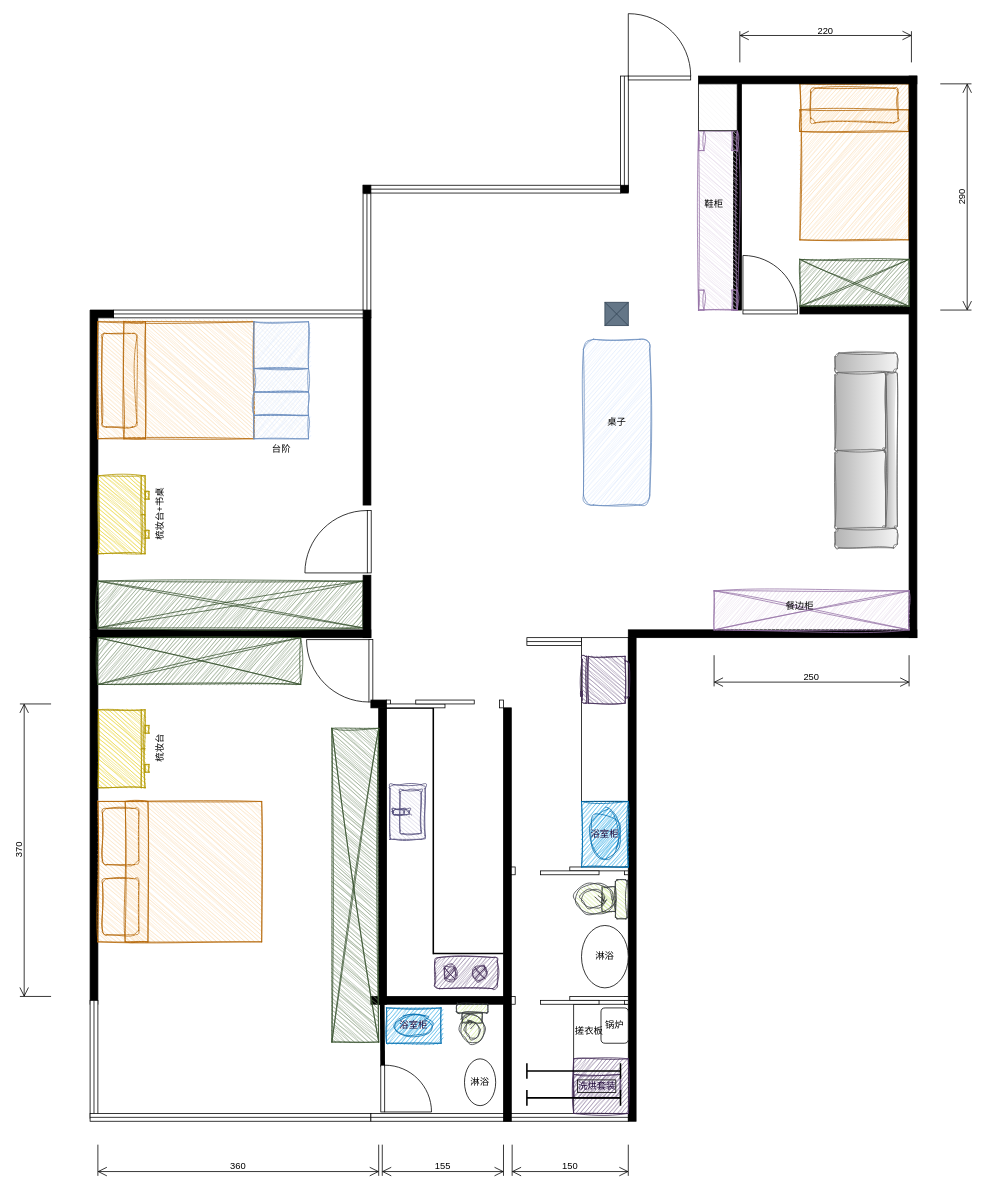
This is home-design.drawio from mikigo/metadata-drawio, a draw.io file, before an edit. Source tidied: cells renumbered, new cells numbered last; positions are measured from the earlier drawing's top-left corner, leaving out a move shared by most shapes. Both pictures are drawn from the tidied source at 78%, with x=0, y=0 at pixel (20, 13).
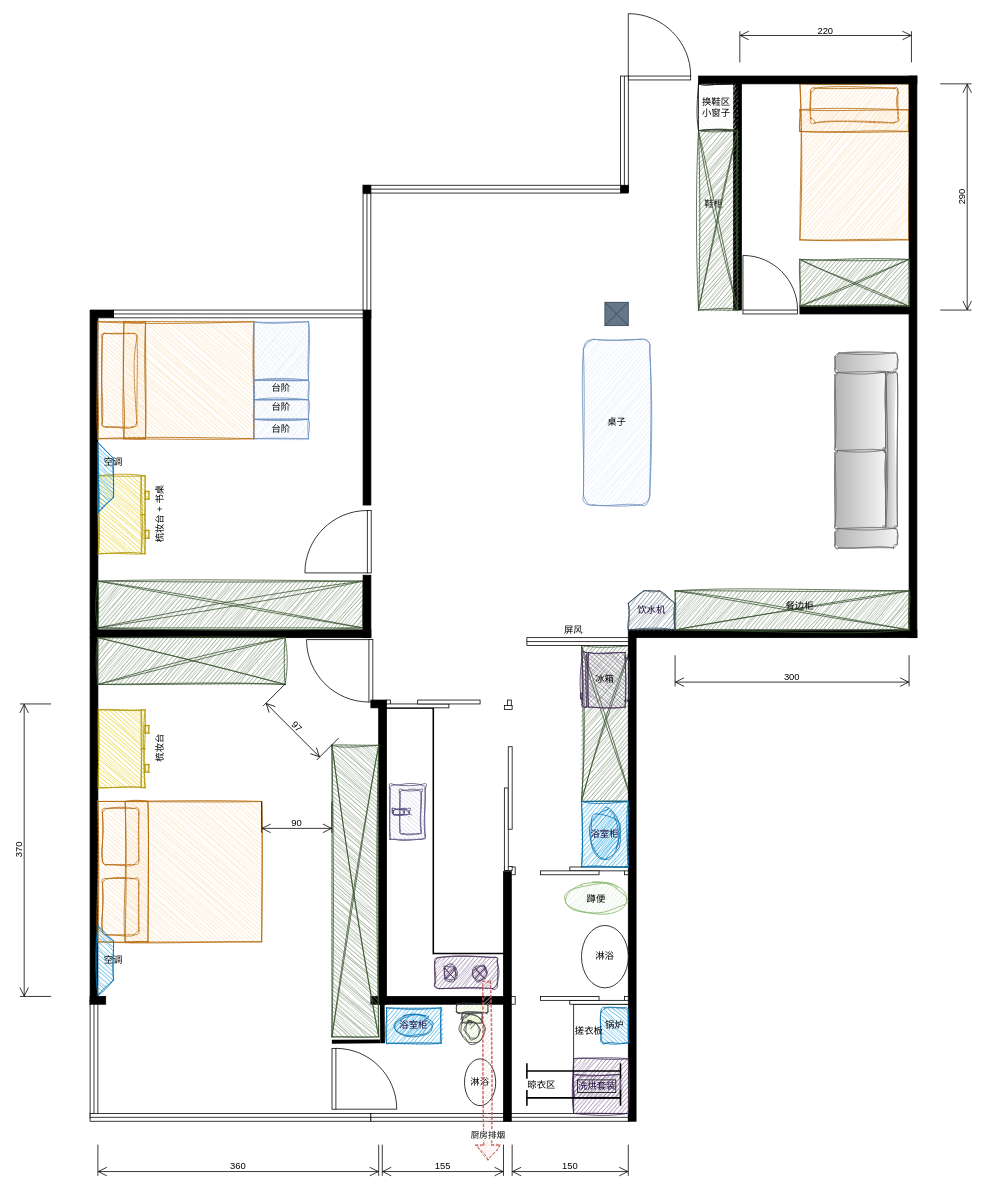
Above is the later version.

Change to the diagram source:
```diff
@@
+    <mxCell id="89" style="verticalLabelPosition=bottom;html=1;verticalAlign=top;align=center;shape=mxgraph.floorplan.elevator;fillColor=#6d8764;fontColor=#ffffff;strokeColor=#3A5431;sketch=1;curveFitting=1;jiggle=2;" parent="1" vertex="1">
+      <mxGeometry x="720" y="810" width="64.5" height="200" as="geometry" />
+    </mxCell>
@@
-    <mxCell id="3" style="rounded=0;whiteSpace=wrap;html=1;" parent="1" vertex="1">
-      <mxGeometry x="720" y="800" width="60" height="210" as="geometry" />
-    </mxCell>
@@
     <mxCell id="19" style="verticalLabelPosition=bottom;html=1;verticalAlign=top;align=center;shape=mxgraph.floorplan.wall;fillColor=strokeColor;direction=south;" parent="1" vertex="1">
-      <mxGeometry x="620" y="890" width="10" height="530" as="geometry" />
+      <mxGeometry x="620" y="1100" width="10" height="320" as="geometry" />
     </mxCell>
@@
-    <mxCell id="34" style="verticalLabelPosition=bottom;html=1;verticalAlign=top;align=center;shape=mxgraph.floorplan.table;direction=south;fillColor=#e1d5e7;strokeColor=#9673a6;sketch=1;curveFitting=1;jiggle=2;" parent="1" vertex="1">
-      <mxGeometry x="870" y="150" width="49.7" height="230" as="geometry" />
-    </mxCell>
@@
-    <mxCell id="36" style="verticalLabelPosition=bottom;html=1;verticalAlign=top;align=center;shape=mxgraph.floorplan.toilet;rotation=90;sketch=1;curveFitting=1;jiggle=2;fillColor=#cdeb8b;strokeColor=#36393d;" parent="1" vertex="1">
-      <mxGeometry x="720" y="1102" width="50" height="67" as="geometry" />
-    </mxCell>
@@
     <mxCell id="39" style="verticalLabelPosition=bottom;html=1;verticalAlign=top;align=center;shape=mxgraph.floorplan.refrigerator;rotation=90;sketch=1;curveFitting=1;jiggle=2;fillColor=#76608a;fontColor=#ffffff;strokeColor=#432D57;" parent="1" vertex="1">
-      <mxGeometry x="720" y="823" width="60" height="62" as="geometry" />
+      <mxGeometry x="715" y="823" width="70" height="62" as="geometry" />
     </mxCell>
@@
     <mxCell id="41" style="verticalLabelPosition=bottom;html=1;verticalAlign=top;align=center;shape=mxgraph.floorplan.elevator;fillColor=#6d8764;fontColor=#ffffff;strokeColor=#3A5431;sketch=1;curveFitting=1;jiggle=2;" parent="1" vertex="1">
-      <mxGeometry x="100" y="800" width="260" height="60" as="geometry" />
+      <mxGeometry x="100" y="800" width="240" height="60" as="geometry" />
     </mxCell>
     <mxCell id="42" style="verticalLabelPosition=bottom;html=1;verticalAlign=top;align=center;shape=mxgraph.floorplan.elevator;rotation=90;fontSize=1;fillColor=#6d8764;fontColor=#ffffff;strokeColor=#3A5431;sketch=1;curveFitting=1;jiggle=2;" parent="1" vertex="1">
-      <mxGeometry x="228.9" y="1087.3" width="402.2" height="60" as="geometry" />
+      <mxGeometry x="243.1" y="1094.8" width="373.9" height="60" as="geometry" />
     </mxCell>
@@
-    <mxCell id="46" value="锅炉" style="rounded=1;whiteSpace=wrap;html=1;rotation=0;direction=south;" parent="1" vertex="1">
+    <mxCell id="46" value="锅炉" style="rounded=1;whiteSpace=wrap;html=1;rotation=0;direction=south;fillColor=#1ba1e2;fontColor=#000000;strokeColor=#006EAF;sketch=1;curveFitting=1;jiggle=2;" parent="1" vertex="1">
       <mxGeometry x="745" y="1274.7" width="35" height="45.3" as="geometry" />
     </mxCell>
@@
-    <mxCell id="50" style="verticalLabelPosition=bottom;html=1;verticalAlign=top;align=center;shape=mxgraph.floorplan.doorBypass;dx=0.25;rotation=-180;" parent="1" vertex="1">
+    <mxCell id="50" style="verticalLabelPosition=bottom;html=1;verticalAlign=top;align=center;shape=mxgraph.floorplan.doorBypass;dx=0.25;rotation=-180;flipH=1;direction=west;" parent="1" vertex="1">
       <mxGeometry x="630" y="1260" width="150" height="10" as="geometry" />
     </mxCell>
@@
     <mxCell id="53" style="verticalLabelPosition=bottom;html=1;verticalAlign=top;align=center;shape=mxgraph.floorplan.window;" parent="1" vertex="1">
-      <mxGeometry x="650" y="800" width="70" height="10" as="geometry" />
+      <mxGeometry x="650" y="800" width="130" height="10" as="geometry" />
     </mxCell>
@@
     <mxCell id="58" style="endArrow=none;html=1;rounded=0;fontSize=25;fontStyle=1;strokeWidth=6;curved=0;" parent="1" edge="1">
       <mxGeometry relative="1" as="geometry">
-        <mxPoint x="465.1" y="1350" as="sourcePoint" />
+        <mxPoint x="465" y="1320" as="sourcePoint" />
         <mxPoint x="464.6" y="1270" as="targetPoint" />
       </mxGeometry>
     </mxCell>
     <mxCell id="59" style="verticalLabelPosition=bottom;html=1;verticalAlign=top;align=center;shape=mxgraph.floorplan.doorLeft;rotation=-90;" parent="1" vertex="1">
-      <mxGeometry x="464.6" y="1346.2" width="60" height="63.8" as="geometry" />
+      <mxGeometry x="402.6" y="1324.1" width="78" height="82.9" as="geometry" />
     </mxCell>
@@
-    <mxCell id="61" value="台阶" style="verticalLabelPosition=bottom;verticalAlign=top;html=1;shape=mxgraph.basic.patternFillRect;fillStyle=diagRev;step=5;fillStrokeWidth=0.2;fillStrokeColor=#dddddd;fillColor=#dae8fc;gradientColor=#7ea6e0;strokeColor=#6c8ebf;sketch=1;curveFitting=1;jiggle=2;" parent="1" vertex="1">
-      <mxGeometry x="300" y="515" width="70" height="30" as="geometry" />
+    <mxCell id="61" style="verticalLabelPosition=bottom;verticalAlign=top;html=1;shape=mxgraph.basic.patternFillRect;fillStyle=diagRev;step=5;fillStrokeWidth=0.2;fillStrokeColor=#dddddd;fillColor=#dae8fc;gradientColor=#7ea6e0;strokeColor=#6c8ebf;sketch=1;curveFitting=1;jiggle=2;" parent="1" vertex="1">
+      <mxGeometry x="300" y="520" width="70" height="25" as="geometry" />
     </mxCell>
-    <mxCell id="62" style="verticalLabelPosition=bottom;verticalAlign=top;html=1;shape=mxgraph.basic.patternFillRect;fillStyle=diagRev;step=5;fillStrokeWidth=0.2;fillStrokeColor=#dddddd;fillColor=#dae8fc;gradientColor=#7ea6e0;strokeColor=#6c8ebf;sketch=1;curveFitting=1;jiggle=2;" parent="1" vertex="1">
-      <mxGeometry x="300" y="485" width="70" height="30" as="geometry" />
-    </mxCell>
-    <mxCell id="63" style="verticalLabelPosition=bottom;verticalAlign=top;html=1;shape=mxgraph.basic.patternFillRect;fillStyle=diagRev;step=5;fillStrokeWidth=0.2;fillStrokeColor=#dddddd;fillColor=#dae8fc;gradientColor=#7ea6e0;strokeColor=#6c8ebf;sketch=1;curveFitting=1;jiggle=2;" parent="1" vertex="1">
-      <mxGeometry x="300" y="455" width="70" height="30" as="geometry" />
-    </mxCell>
     <mxCell id="64" style="verticalLabelPosition=bottom;verticalAlign=top;html=1;shape=mxgraph.basic.patternFillRect;fillStyle=diagRev;step=5;fillStrokeWidth=0.2;fillStrokeColor=#dddddd;fillColor=#dae8fc;gradientColor=#7ea6e0;strokeColor=#6c8ebf;sketch=1;curveFitting=1;jiggle=2;" parent="1" vertex="1">
-      <mxGeometry x="300" y="395" width="70" height="60" as="geometry" />
+      <mxGeometry x="300" y="395" width="70" height="75" as="geometry" />
     </mxCell>
-    <mxCell id="65" value="梳妆台+书桌" style="verticalLabelPosition=bottom;html=1;verticalAlign=top;align=center;shape=mxgraph.floorplan.dresser;rotation=-90;fillColor=#e3c800;fontColor=#000000;strokeColor=#B09500;sketch=1;curveFitting=1;jiggle=2;" parent="1" vertex="1">
+    <mxCell id="65" value="梳妆台 + 书桌" style="verticalLabelPosition=bottom;html=1;verticalAlign=top;align=center;shape=mxgraph.floorplan.dresser;rotation=-90;fillColor=#e3c800;fontColor=#000000;strokeColor=#B09500;sketch=1;curveFitting=1;jiggle=2;" parent="1" vertex="1">
       <mxGeometry x="83" y="610" width="100" height="65" as="geometry" />
     </mxCell>
@@
     <mxCell id="68" style="verticalLabelPosition=bottom;html=1;verticalAlign=top;align=center;shape=mxgraph.floorplan.doorBypass;dx=0.25;rotation=-180;direction=west;" parent="1" vertex="1">
-      <mxGeometry x="470" y="880" width="150" height="10" as="geometry" />
+      <mxGeometry x="470" y="880" width="160" height="10" as="geometry" />
     </mxCell>
@@
-    <mxCell id="70" style="verticalLabelPosition=bottom;verticalAlign=top;html=1;shape=mxgraph.basic.patternFillRect;fillStyle=diagRev;step=5;fillStrokeWidth=0.2;fillStrokeColor=#dddddd;" parent="1" vertex="1">
+    <mxCell id="70" style="verticalLabelPosition=bottom;verticalAlign=top;html=1;shape=mxgraph.basic.patternFillRect;fillStyle=diagRev;step=5;fillStrokeWidth=0.2;fillStrokeColor=#dddddd;sketch=1;curveFitting=1;jiggle=2;" parent="1" vertex="1">
       <mxGeometry x="870" y="90" width="49.7" height="60" as="geometry" />
     </mxCell>
@@
-    <mxCell id="73" style="verticalLabelPosition=bottom;html=1;verticalAlign=top;align=center;shape=mxgraph.floorplan.elevator;fillColor=#e1d5e7;strokeColor=#9673a6;sketch=1;curveFitting=1;jiggle=2;" parent="1" vertex="1">
-      <mxGeometry x="890" y="740" width="250" height="50" as="geometry" />
+    <mxCell id="73" style="verticalLabelPosition=bottom;html=1;verticalAlign=top;align=center;shape=mxgraph.floorplan.elevator;fillColor=#6d8764;strokeColor=#3A5431;sketch=1;curveFitting=1;jiggle=2;fontColor=#ffffff;" parent="1" vertex="1">
+      <mxGeometry x="840" y="740" width="300" height="50" as="geometry" />
     </mxCell>
@@
-    <mxCell id="79" value="250" style="shape=dimension;whiteSpace=wrap;html=1;align=center;verticalAlign=bottom;spacingBottom=3;labelBackgroundColor=none;" parent="1" vertex="1">
-      <mxGeometry x="890" y="822.5" width="250" height="40" as="geometry" />
+    <mxCell id="79" value="300" style="shape=dimension;whiteSpace=wrap;html=1;align=center;verticalAlign=bottom;spacingBottom=3;labelBackgroundColor=none;" parent="1" vertex="1">
+      <mxGeometry x="840" y="822.5" width="300" height="40" as="geometry" />
     </mxCell>
@@
+    <mxCell id="90" style="verticalLabelPosition=bottom;html=1;verticalAlign=top;align=center;shape=mxgraph.floorplan.wall;fillColor=strokeColor;" parent="1" vertex="1">
+      <mxGeometry x="90" y="1260" width="20" height="10" as="geometry" />
+    </mxCell>
+    <mxCell id="91" value="冰箱" style="text;html=1;whiteSpace=wrap;strokeColor=none;fillColor=none;align=center;verticalAlign=middle;rounded=0;" parent="1" vertex="1">
+      <mxGeometry x="720" y="839" width="60" height="30" as="geometry" />
+    </mxCell>
+    <mxCell id="92" value="晾衣区" style="text;html=1;whiteSpace=wrap;strokeColor=none;fillColor=none;align=center;verticalAlign=middle;rounded=0;" parent="1" vertex="1">
+      <mxGeometry x="639" y="1359" width="60" height="30" as="geometry" />
+    </mxCell>
+    <mxCell id="93" style="endArrow=none;html=1;rounded=0;strokeWidth=5;" parent="1" edge="1">
+      <mxGeometry relative="1" as="geometry">
+        <mxPoint x="400" y="1318" as="sourcePoint" />
+        <mxPoint x="462" y="1317.6" as="targetPoint" />
+      </mxGeometry>
+    </mxCell>
+    <mxCell id="94" value="屏风" style="text;html=1;whiteSpace=wrap;strokeColor=none;fillColor=none;align=center;verticalAlign=middle;rounded=0;" parent="1" vertex="1">
+      <mxGeometry x="680" y="775" width="60" height="30" as="geometry" />
+    </mxCell>
+    <mxCell id="95" value="90" style="shape=dimension;whiteSpace=wrap;html=1;align=center;verticalAlign=bottom;spacingBottom=3;labelBackgroundColor=none;" parent="1" vertex="1">
+      <mxGeometry x="310" y="1010" width="90" height="40" as="geometry" />
+    </mxCell>
+    <mxCell id="96" value="饮水机" style="shape=loopLimit;whiteSpace=wrap;html=1;fillColor=#647687;fontColor=#190033;strokeColor=#314354;sketch=1;curveFitting=1;jiggle=2;" parent="1" vertex="1">
+      <mxGeometry x="780" y="740" width="60" height="50" as="geometry" />
+    </mxCell>
+    <mxCell id="97" value="换鞋区&lt;div&gt;小窗子&lt;/div&gt;" style="text;html=1;whiteSpace=wrap;strokeColor=none;fillColor=none;align=center;verticalAlign=middle;rounded=0;" parent="1" vertex="1">
+      <mxGeometry x="863" y="105" width="60" height="30" as="geometry" />
+    </mxCell>
+    <mxCell id="98" value="97" style="shape=dimension;whiteSpace=wrap;html=1;align=center;verticalAlign=bottom;spacingBottom=3;labelBackgroundColor=none;rotation=45;" parent="1" vertex="1">
+      <mxGeometry x="311.4" y="888.3" width="97.5" height="40" as="geometry" />
+    </mxCell>
+    <mxCell id="99" style="shape=trapezoid;perimeter=trapezoidPerimeter;whiteSpace=wrap;html=1;fixedSize=1;direction=south;fillColor=#1ba1e2;fontColor=#ffffff;strokeColor=#006EAF;sketch=1;curveFitting=1;jiggle=2;" parent="1" vertex="1">
+      <mxGeometry x="100" y="550" width="20" height="90" as="geometry" />
+    </mxCell>
+    <mxCell id="100" style="shape=trapezoid;perimeter=trapezoidPerimeter;whiteSpace=wrap;html=1;fixedSize=1;direction=south;fillColor=#1ba1e2;fontColor=#ffffff;strokeColor=#006EAF;sketch=1;curveFitting=1;jiggle=2;" parent="1" vertex="1">
+      <mxGeometry x="100" y="1169" width="20" height="90" as="geometry" />
+    </mxCell>
+    <mxCell id="101" value="空调" style="text;html=1;whiteSpace=wrap;strokeColor=none;fillColor=none;align=center;verticalAlign=middle;rounded=0;" parent="1" vertex="1">
+      <mxGeometry x="90" y="560" width="60" height="30" as="geometry" />
+    </mxCell>
+    <mxCell id="102" value="空调" style="text;html=1;whiteSpace=wrap;strokeColor=none;fillColor=none;align=center;verticalAlign=middle;rounded=0;" parent="1" vertex="1">
+      <mxGeometry x="90" y="1199" width="60" height="30" as="geometry" />
+    </mxCell>
+    <mxCell id="103" style="verticalLabelPosition=bottom;html=1;verticalAlign=top;align=center;shape=mxgraph.floorplan.elevator;fillColor=#6d8764;fontColor=#ffffff;strokeColor=#3A5431;sketch=1;curveFitting=1;jiggle=2;" parent="1" vertex="1">
+      <mxGeometry x="870" y="150" width="50" height="230" as="geometry" />
+    </mxCell>
+    <mxCell id="104" style="shape=flexArrow;endArrow=classic;html=1;rounded=0;dashed=1;fillColor=#f8cecc;strokeColor=#b85450;sketch=1;curveFitting=1;jiggle=2;" parent="1" edge="1">
+      <mxGeometry relative="1" as="geometry">
+        <mxPoint x="598.4" y="1240" as="sourcePoint" />
+        <mxPoint x="600" y="1470" as="targetPoint" />
+      </mxGeometry>
+    </mxCell>
+    <mxCell id="105" value="厨房排烟" style="edgeLabel;html=1;align=center;verticalAlign=middle;" parent="104" vertex="1">
+      <mxGeometry x="0.72" relative="1" as="geometry" />
+    </mxCell>
+    <mxCell id="106" style="verticalLabelPosition=bottom;verticalAlign=top;html=1;shape=mxgraph.basic.patternFillRect;fillStyle=diagRev;step=5;fillStrokeWidth=0.2;fillStrokeColor=#dddddd;fillColor=#dae8fc;gradientColor=#7ea6e0;strokeColor=#6c8ebf;sketch=1;curveFitting=1;jiggle=2;" parent="1" vertex="1">
+      <mxGeometry x="300" y="495" width="70" height="25" as="geometry" />
+    </mxCell>
+    <mxCell id="107" style="verticalLabelPosition=bottom;verticalAlign=top;html=1;shape=mxgraph.basic.patternFillRect;fillStyle=diagRev;step=5;fillStrokeWidth=0.2;fillStrokeColor=#dddddd;fillColor=#dae8fc;gradientColor=#7ea6e0;strokeColor=#6c8ebf;sketch=1;curveFitting=1;jiggle=2;" parent="1" vertex="1">
+      <mxGeometry x="300" y="470" width="70" height="25" as="geometry" />
+    </mxCell>
+    <mxCell id="108" value="台阶" style="text;html=1;whiteSpace=wrap;strokeColor=none;fillColor=none;align=center;verticalAlign=middle;rounded=0;" parent="1" vertex="1">
+      <mxGeometry x="305.4" y="517.5" width="60" height="30" as="geometry" />
+    </mxCell>
+    <mxCell id="109" value="台阶" style="text;html=1;whiteSpace=wrap;strokeColor=none;fillColor=none;align=center;verticalAlign=middle;rounded=0;" parent="1" vertex="1">
+      <mxGeometry x="305" y="490" width="60" height="30" as="geometry" />
+    </mxCell>
+    <mxCell id="110" value="台阶" style="text;html=1;whiteSpace=wrap;strokeColor=none;fillColor=none;align=center;verticalAlign=middle;rounded=0;" parent="1" vertex="1">
+      <mxGeometry x="305" y="465" width="60" height="30" as="geometry" />
+    </mxCell>
+    <mxCell id="111" style="verticalLabelPosition=bottom;html=1;verticalAlign=top;align=center;shape=mxgraph.floorplan.doorBypass;dx=0.25;rotation=-180;direction=south;flipH=1;" parent="1" vertex="1">
+      <mxGeometry x="621.1" y="887" width="10" height="211.5" as="geometry" />
+    </mxCell>
+    <mxCell id="112" value="蹲便" style="ellipse;whiteSpace=wrap;html=1;fillColor=#d5e8d4;strokeColor=#82b366;sketch=1;curveFitting=1;jiggle=2;" parent="1" vertex="1">
+      <mxGeometry x="699" y="1114.8" width="80" height="40" as="geometry" />
+    </mxCell>
```
